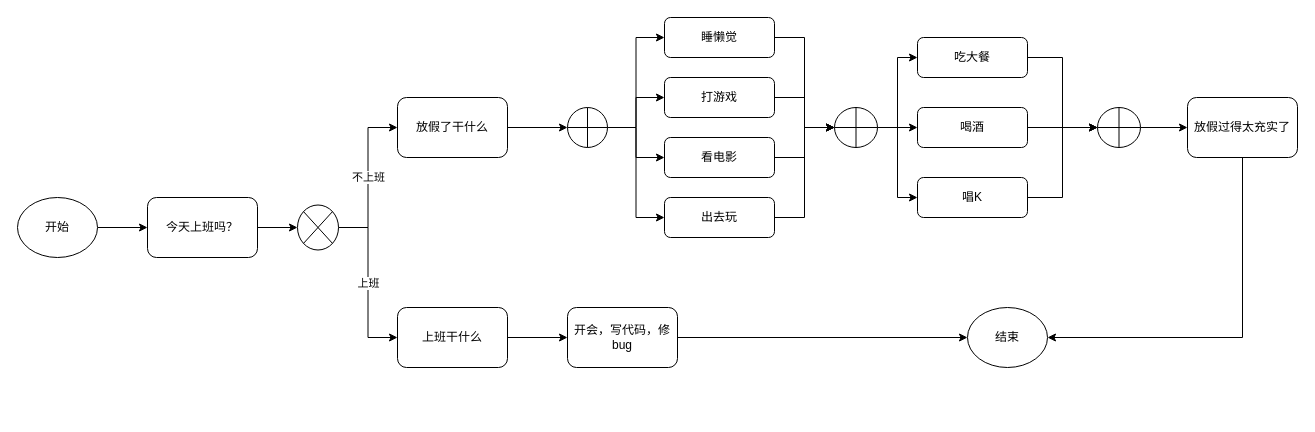
The draw.io diagram page "fastflow example" (4 of 4) of fastflow.drawio in rogers-li/MyDoc, before the edit. Source tidied: cells renumbered, new cells numbered last; positions are measured from the earlier drawing's top-left corner, leaving out a move shared by most shapes. Both pictures are drawn from the tidied source at 100%, with x=0, y=0 at pixel (17, 17).
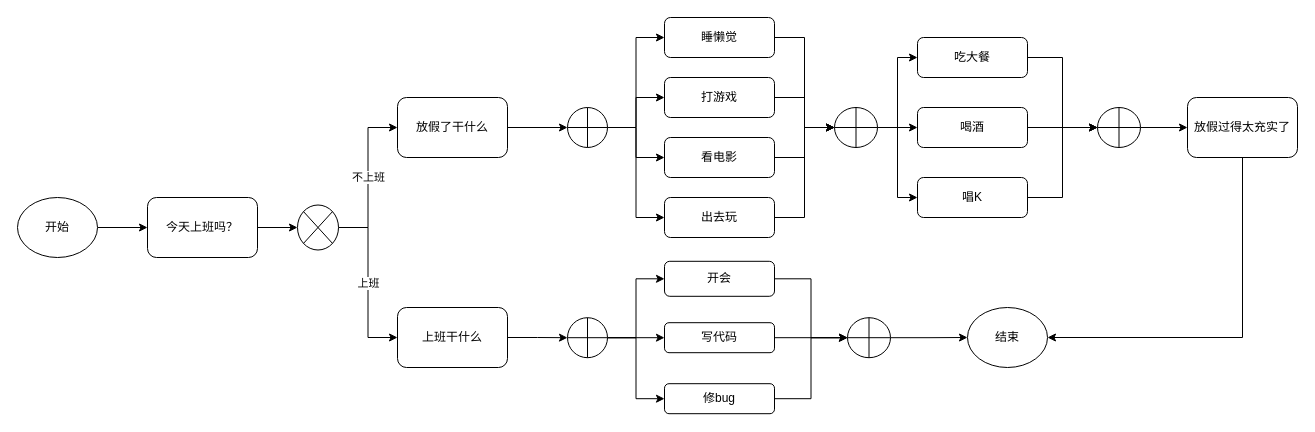
Above is the later version.

Unchanged cells that the change refers to:
```xml
<mxCell id="15" value="上班干什么" style="rounded=1;whiteSpace=wrap;html=1;" parent="1" vertex="1">
  <mxGeometry x="380" y="290" width="110" height="60" as="geometry" />
</mxCell>
<mxCell id="42" value="结束" style="ellipse;whiteSpace=wrap;html=1;" parent="1" vertex="1">
  <mxGeometry x="950" y="290" width="80" height="60" as="geometry" />
</mxCell>
```

The edit, as a diff of the source:
```diff
@@
-    <mxCell id="14" style="edgeStyle=orthogonalEdgeStyle;rounded=0;jettySize=auto;html=1;entryX=0;entryY=0.5;entryDx=0;entryDy=0;" parent="1" edge="1" source="15" target="18">
-      <mxGeometry relative="1" as="geometry" />
-    </mxCell>
+    <mxCell id="43" style="edgeStyle=orthogonalEdgeStyle;rounded=0;jettySize=auto;html=1;" parent="1" edge="1" source="15" target="50">
+      <mxGeometry relative="1" as="geometry" />
+    </mxCell>
@@
-    <mxCell id="17" style="edgeStyle=orthogonalEdgeStyle;rounded=0;jettySize=auto;html=1;entryX=0;entryY=0.5;entryDx=0;entryDy=0;" parent="1" edge="1" source="18" target="42">
-      <mxGeometry relative="1" as="geometry" />
-    </mxCell>
-    <mxCell id="18" value="开会，写代码，修bug" style="rounded=1;whiteSpace=wrap;html=1;" parent="1" vertex="1">
-      <mxGeometry x="550" y="290" width="110" height="60" as="geometry" />
+    <mxCell id="18" value="开会" style="rounded=1;whiteSpace=wrap;html=1;" parent="1" vertex="1">
+      <mxGeometry x="647" y="243.8" width="110" height="35" as="geometry" />
     </mxCell>
@@
+    <mxCell id="44" value="修bug" style="rounded=1;whiteSpace=wrap;html=1;" parent="1" vertex="1">
+      <mxGeometry x="647" y="366.2" width="110" height="30" as="geometry" />
+    </mxCell>
+    <mxCell id="45" style="edgeStyle=orthogonalEdgeStyle;rounded=0;jettySize=auto;html=1;" parent="1" edge="1" source="46" target="52">
+      <mxGeometry relative="1" as="geometry" />
+    </mxCell>
+    <mxCell id="46" value="写代码" style="rounded=1;whiteSpace=wrap;html=1;" parent="1" vertex="1">
+      <mxGeometry x="647" y="305.2" width="110" height="30" as="geometry" />
+    </mxCell>
+    <mxCell id="47" style="edgeStyle=orthogonalEdgeStyle;rounded=0;jettySize=auto;html=1;" parent="1" edge="1" source="50" target="46">
+      <mxGeometry relative="1" as="geometry" />
+    </mxCell>
+    <mxCell id="48" style="edgeStyle=orthogonalEdgeStyle;rounded=0;jettySize=auto;html=1;entryX=0;entryY=0.5;entryDx=0;entryDy=0;" parent="1" edge="1" source="50" target="18">
+      <mxGeometry relative="1" as="geometry" />
+    </mxCell>
+    <mxCell id="49" style="edgeStyle=orthogonalEdgeStyle;rounded=0;jettySize=auto;html=1;entryX=0;entryY=0.5;entryDx=0;entryDy=0;" parent="1" edge="1" source="50" target="44">
+      <mxGeometry relative="1" as="geometry" />
+    </mxCell>
+    <mxCell id="50" style="verticalLabelPosition=bottom;verticalAlign=top;html=1;shape=mxgraph.flowchart.summing_function;" parent="1" vertex="1">
+      <mxGeometry x="550" y="300.2" width="40" height="40" as="geometry" />
+    </mxCell>
+    <mxCell id="51" style="edgeStyle=orthogonalEdgeStyle;rounded=0;jettySize=auto;html=1;entryX=0;entryY=0.5;entryDx=0;entryDy=0;" parent="1" edge="1" source="52" target="42">
+      <mxGeometry relative="1" as="geometry" />
+    </mxCell>
+    <mxCell id="52" style="verticalLabelPosition=bottom;verticalAlign=top;html=1;shape=mxgraph.flowchart.summing_function;" parent="1" vertex="1">
+      <mxGeometry x="830" y="300.2" width="43" height="40" as="geometry" />
+    </mxCell>
+    <mxCell id="53" style="edgeStyle=orthogonalEdgeStyle;rounded=0;jettySize=auto;html=1;entryX=0;entryY=0.5;entryDx=0;entryDy=0;entryPerimeter=0;" parent="1" edge="1" source="18" target="52">
+      <mxGeometry relative="1" as="geometry" />
+    </mxCell>
+    <mxCell id="54" style="edgeStyle=orthogonalEdgeStyle;rounded=0;jettySize=auto;html=1;entryX=0;entryY=0.5;entryDx=0;entryDy=0;entryPerimeter=0;" parent="1" edge="1" source="44" target="52">
+      <mxGeometry relative="1" as="geometry" />
+    </mxCell>
```
